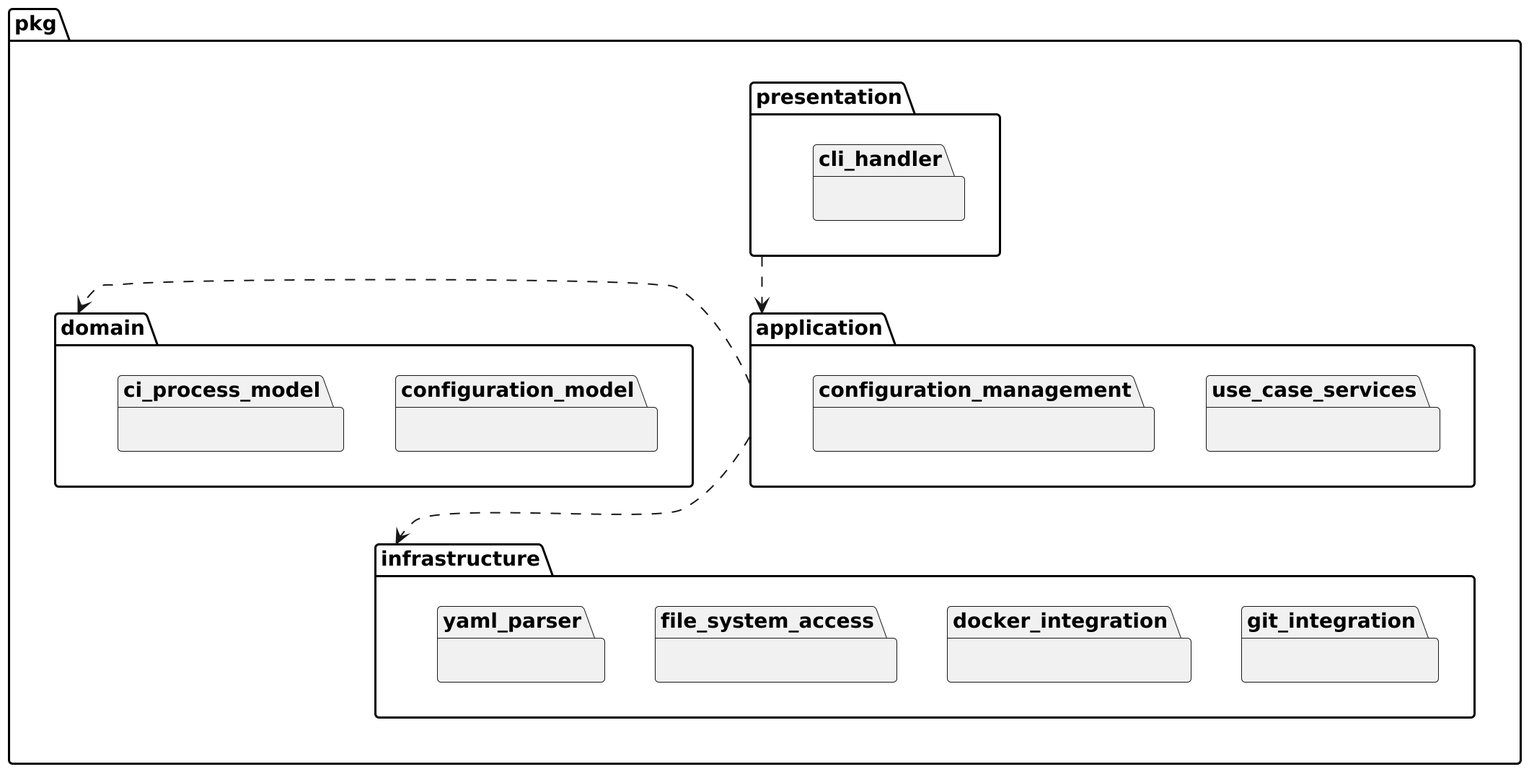
This is Artefatos/diagrams/pacotes.png from h3nc4/tmp, a PlantUML export, as it was before one commit.
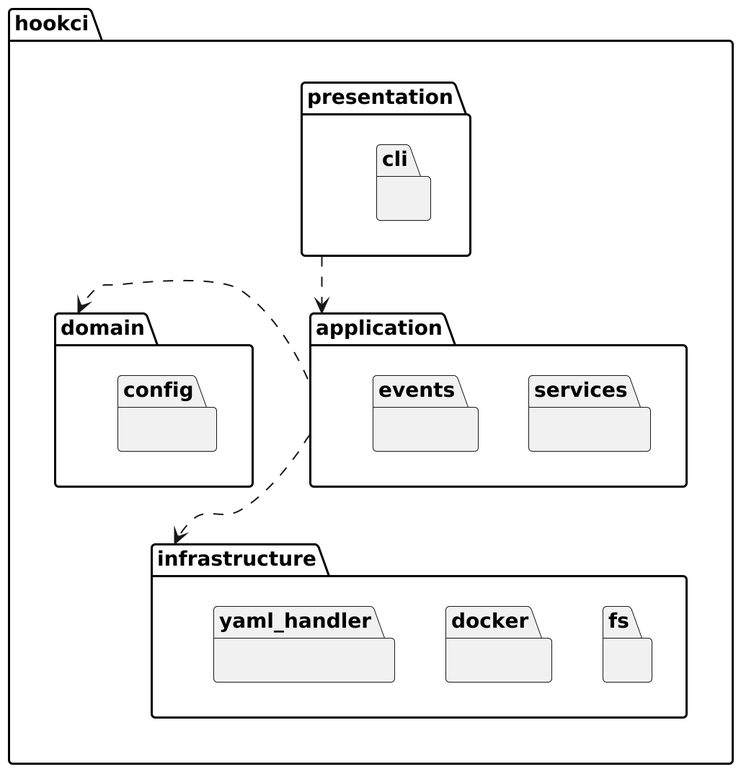
Later version of the same file.

Diff of the diagram source:
```diff
@@ -3,41 +3,31 @@
 !theme _none_
 hide footbox
 
-package "pkg" {
-	package "presentation" as PresentationLayer {
-		package "cli_handler" as CLI {
-		}
-	}
-	package "application" as ApplicationLayer {
-		package "use_case_services" as Services {
-		}
-		package "configuration_management" as AppConfig {
-		}
-	}
-	package "domain" as DomainLayer {
-		package "configuration_model" as DomainConfig {
-		}
-		package "ci_process_model" as DomainCI {
-		}
-	}
-	package "infrastructure" as InfrastructureLayer {
-		package "git_integration" as InfraGit {
-		}
-		package "docker_integration" as InfraDocker {
-		}
-		package "file_system_access" as InfraFS {
-		}
-		package "yaml_parser" as InfraYAML {
-		}
-	}
+package "hookci" {
+    package "presentation" as PresentationLayer {
+        package "cli" as CLI {
+        }
+    }
+    package "application" as ApplicationLayer {
+        package "services" as Services {
+        }
+        package "events" as Events {
+        }
+    }
+    package "domain" as DomainLayer {
+        package "config" as DomainConfig {
+        }
+    }
+    package "infrastructure" as InfrastructureLayer {
+        package "fs" as InfraFs {
+        }
+        package "docker" as InfraDocker {
+        }
+        package "yaml_handler" as InfraYAML {
+        }
+    }
 }
-
 PresentationLayer ..> ApplicationLayer
 ApplicationLayer .left.> DomainLayer
 ApplicationLayer ..> InfrastructureLayer
-
-
-
-
-
 @enduml
```
